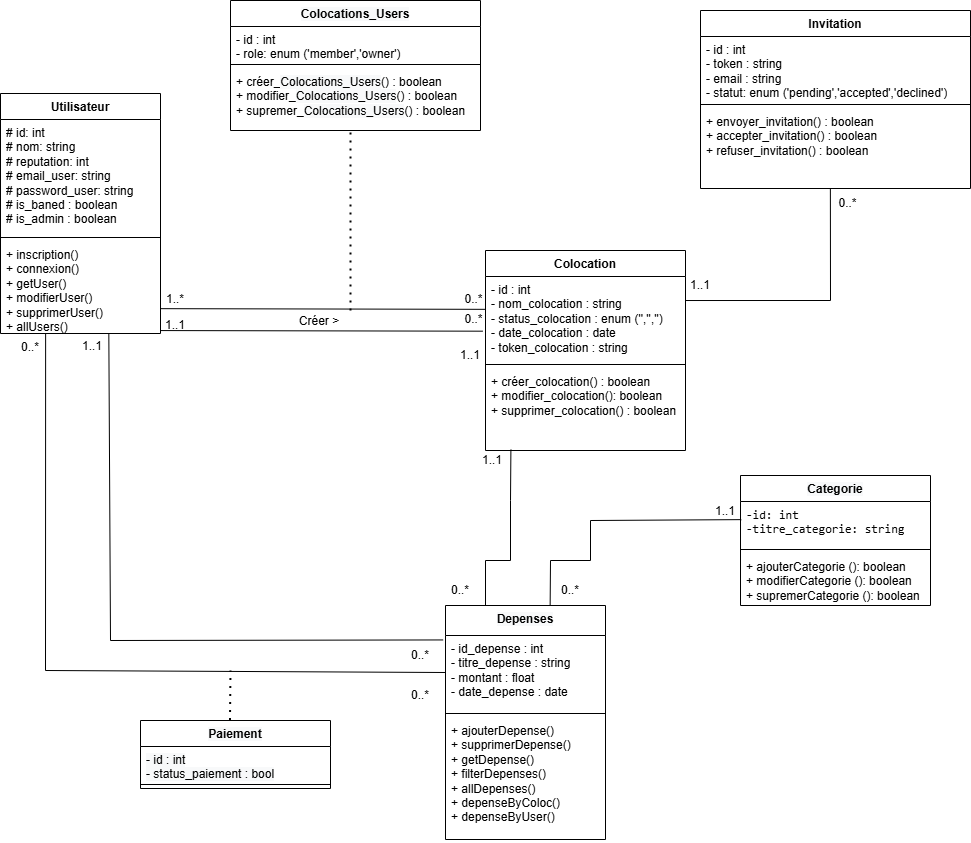
Above: Modelisation/Diagramme_de_classe.png in AZIZABADA10/EasyColoc (draw.io), before the change. Source tidied: cells renumbered, new cells last; positions are measured from the earlier drawing's top-left corner, leaving out a move shared by most shapes.
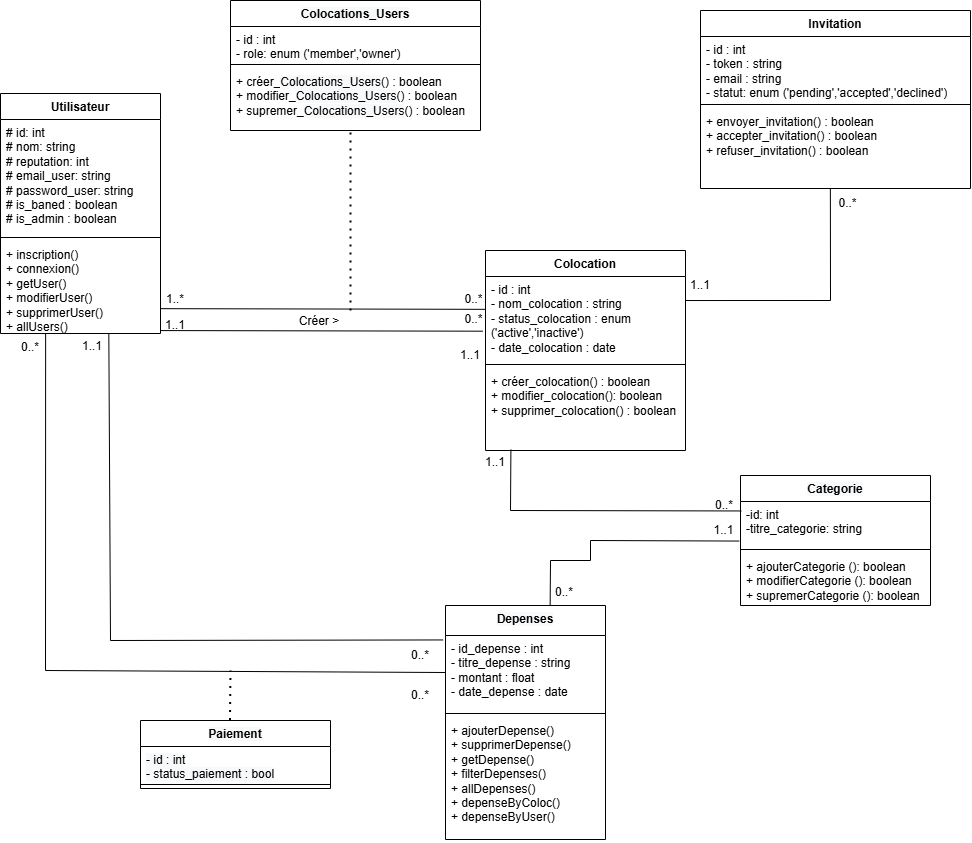
After the commit.

Commit message:
uml: modification sur le diagrame de classe

Change to the diagram source:
```diff
@@ -17,7 +17,7 @@
     <mxCell id="6" value="&lt;span style=&quot;font-family: Helvetica, &amp;quot;VP Default&amp;quot;; background-color: rgb(248, 249, 250);&quot;&gt;Categorie&lt;/span&gt;" style="swimlane;fontStyle=1;align=center;verticalAlign=top;horizontal=1;startSize=26;whiteSpace=wrap;html=1;" parent="1" vertex="1">
       <mxGeometry x="740" y="475" width="190" height="130" as="geometry" />
     </mxCell>
-    <mxCell id="7" value="&lt;font face=&quot;monospace&quot;&gt;-id: int&amp;nbsp;&lt;/font&gt;&lt;div&gt;&lt;font face=&quot;monospace&quot;&gt;-titre_categorie: string&lt;/font&gt;&lt;/div&gt;" style="text;strokeColor=none;fillColor=none;align=left;verticalAlign=top;spacingLeft=4;spacingRight=4;overflow=hidden;points=[[0,0.5],[1,0.5]];portConstraint=eastwest;whiteSpace=wrap;html=1;" parent="6" vertex="1">
+    <mxCell id="7" value="-id: int&amp;nbsp;&lt;div&gt;-titre_categorie: string&lt;/div&gt;" style="text;strokeColor=none;fillColor=none;align=left;verticalAlign=top;spacingLeft=4;spacingRight=4;overflow=hidden;points=[[0,0.5],[1,0.5]];portConstraint=eastwest;whiteSpace=wrap;html=1;" parent="6" vertex="1">
       <mxGeometry y="26" width="190" height="44" as="geometry" />
     </mxCell>
     <mxCell id="8" style="line;strokeWidth=1;fillColor=none;align=left;verticalAlign=middle;spacingTop=-1;spacingLeft=3;spacingRight=3;labelPosition=right;strokeColor=inherit;" parent="6" vertex="1">
@@ -29,9 +29,9 @@
     <mxCell id="10" value="Colocation" style="swimlane;fontStyle=1;align=center;verticalAlign=top;horizontal=1;startSize=26;whiteSpace=wrap;html=1;" parent="1" vertex="1">
       <mxGeometry x="485" y="250" width="200" height="200" as="geometry" />
     </mxCell>
-    <mxCell id="11" value="- id : int&amp;nbsp;&lt;div&gt;-&amp;nbsp;nom_colocation : string&lt;/div&gt;&lt;div&gt;-&amp;nbsp;status_colocation : enum ('','','')&lt;/div&gt;&lt;div&gt;-&amp;nbsp;date_colocation : date&lt;/div&gt;&lt;div&gt;-&amp;nbsp;token_colocation : string&lt;/div&gt;" style="text;strokeColor=none;fillColor=none;align=left;verticalAlign=top;spacingLeft=4;spacingRight=4;overflow=hidden;points=[[0,0.5],[1,0.5]];portConstraint=eastwest;whiteSpace=wrap;html=1;" parent="10" vertex="1">
-      <mxGeometry y="26" width="200" height="84" as="geometry" />
-    </mxCell>
+    <mxCell id="54" value="- id : int&amp;nbsp;&lt;div&gt;-&amp;nbsp;nom_colocation : string&lt;/div&gt;&lt;div&gt;-&amp;nbsp;status_colocation : enum ('active','inactive')&lt;/div&gt;&lt;div&gt;-&amp;nbsp;date_colocation : date&lt;/div&gt;&lt;div&gt;&lt;br&gt;&lt;/div&gt;" style="text;strokeColor=none;fillColor=none;align=left;verticalAlign=top;spacingLeft=4;spacingRight=4;overflow=hidden;points=[[0,0.5],[1,0.5]];portConstraint=eastwest;whiteSpace=wrap;html=1;" parent="10" vertex="1">
+      <mxGeometry y="26" width="200" height="84" as="geometry" />
+    </mxCell>
     <mxCell id="12" style="line;strokeWidth=1;fillColor=none;align=left;verticalAlign=middle;spacingTop=-1;spacingLeft=3;spacingRight=3;labelPosition=right;strokeColor=inherit;" parent="10" vertex="1">
       <mxGeometry y="110" width="200" height="8" as="geometry" />
     </mxCell>
@@ -50,9 +50,9 @@
     <mxCell id="17" value="+ envoyer_invitation() : boolean&lt;div&gt;+ accepter_invitation() : boolean&lt;/div&gt;&lt;div&gt;+ refuser_invitation() : boolean&lt;/div&gt;" style="text;strokeColor=none;fillColor=none;align=left;verticalAlign=top;spacingLeft=4;spacingRight=4;overflow=hidden;points=[[0,0.5],[1,0.5]];portConstraint=eastwest;whiteSpace=wrap;html=1;" parent="14" vertex="1">
       <mxGeometry y="98" width="270" height="80" as="geometry" />
     </mxCell>
-    <mxCell id="18" style="endArrow=none;html=1;rounded=0;exitX=1.002;exitY=0.968;exitDx=0;exitDy=0;exitPerimeter=0;entryX=-0.013;entryY=0.651;entryDx=0;entryDy=0;entryPerimeter=0;" parent="1" edge="1" source="29" target="11">
-      <mxGeometry relative="1" as="geometry" />
-    </mxCell>
+    <mxCell id="55" style="endArrow=none;html=1;rounded=0;exitX=1.002;exitY=0.968;exitDx=0;exitDy=0;exitPerimeter=0;entryX=-0.013;entryY=0.651;entryDx=0;entryDy=0;entryPerimeter=0;" parent="1" edge="1" source="29" target="54">
+      <mxGeometry relative="1" as="geometry" />
+    </mxCell>
     <mxCell id="19" value="&lt;span style=&quot;font-family: Helvetica, &amp;quot;VP Default&amp;quot;; background-color: rgb(248, 249, 250);&quot;&gt;Colocations_Users&lt;/span&gt;" style="swimlane;fontStyle=1;align=center;verticalAlign=top;horizontal=1;startSize=26;whiteSpace=wrap;html=1;" parent="1" vertex="1">
       <mxGeometry x="230" width="250" height="130" as="geometry" />
     </mxCell>
@@ -71,10 +71,10 @@
     <mxCell id="24" value="0..*" style="text;html=1;whiteSpace=wrap;strokeColor=none;fillColor=none;align=center;verticalAlign=middle;rounded=0;" parent="1" vertex="1">
       <mxGeometry x="462" y="304" width="23" height="30" as="geometry" />
     </mxCell>
-    <mxCell id="25" style="endArrow=none;html=1;rounded=0;entryX=0.654;entryY=0;entryDx=0;entryDy=0;exitX=0.004;exitY=0.412;exitDx=0;exitDy=0;entryPerimeter=0;exitPerimeter=0;" parent="1" edge="1" source="7" target="2">
+    <mxCell id="25" style="endArrow=none;html=1;rounded=0;entryX=0.654;entryY=0;entryDx=0;entryDy=0;exitX=-0.007;exitY=0.899;exitDx=0;exitDy=0;entryPerimeter=0;exitPerimeter=0;" parent="1" edge="1" source="7" target="2">
       <mxGeometry relative="1" as="geometry">
         <Array as="points">
-          <mxPoint x="590" y="520" />
+          <mxPoint x="590" y="540" />
           <mxPoint x="590" y="560" />
           <mxPoint x="550" y="560" />
         </Array>
@@ -101,47 +101,45 @@
     <mxCell id="32" style="line;strokeWidth=1;fillColor=none;align=left;verticalAlign=middle;spacingTop=-1;spacingLeft=3;spacingRight=3;labelPosition=right;strokeColor=inherit;" parent="30" vertex="1">
       <mxGeometry y="60" width="190" height="8" as="geometry" />
     </mxCell>
-    <mxCell id="33" style="endArrow=none;html=1;rounded=0;exitX=0.25;exitY=0;exitDx=0;exitDy=0;entryX=0.127;entryY=0.99;entryDx=0;entryDy=0;entryPerimeter=0;" parent="1" edge="1" source="2" target="13">
-      <mxGeometry relative="1" as="geometry">
-        <Array as="points">
-          <mxPoint x="485" y="560" />
-          <mxPoint x="510" y="560" />
-          <mxPoint x="510" y="500" />
-        </Array>
-      </mxGeometry>
-    </mxCell>
-    <mxCell id="34" style="endArrow=none;html=1;rounded=0;entryX=0.481;entryY=1.008;entryDx=0;entryDy=0;exitX=1.001;exitY=0.286;exitDx=0;exitDy=0;entryPerimeter=0;exitPerimeter=0;" parent="1" edge="1" source="11" target="17">
-      <mxGeometry relative="1" as="geometry">
-        <Array as="points">
-          <mxPoint x="830" y="300" />
-        </Array>
-      </mxGeometry>
-    </mxCell>
+    <mxCell id="56" style="endArrow=none;html=1;rounded=0;entryX=0.127;entryY=0.99;entryDx=0;entryDy=0;entryPerimeter=0;exitX=0.004;exitY=0.215;exitDx=0;exitDy=0;exitPerimeter=0;" parent="1" edge="1" source="7" target="13">
+      <mxGeometry relative="1" as="geometry">
+        <Array as="points">
+          <mxPoint x="510" y="510" />
+        </Array>
+      </mxGeometry>
+    </mxCell>
+    <mxCell id="57" style="endArrow=none;html=1;rounded=0;entryX=0.481;entryY=1.008;entryDx=0;entryDy=0;exitX=1.001;exitY=0.286;exitDx=0;exitDy=0;entryPerimeter=0;exitPerimeter=0;" parent="1" edge="1" source="54" target="17">
+      <mxGeometry relative="1" as="geometry">
+        <Array as="points">
+          <mxPoint x="830" y="300" />
+        </Array>
+      </mxGeometry>
+    </mxCell>
     <mxCell id="35" value="1..1" style="text;html=1;whiteSpace=wrap;strokeColor=none;fillColor=none;align=center;verticalAlign=middle;rounded=0;" parent="1" vertex="1">
       <mxGeometry x="670" y="270" width="60" height="30" as="geometry" />
     </mxCell>
     <mxCell id="36" value="0..*" style="text;html=1;whiteSpace=wrap;strokeColor=none;fillColor=none;align=center;verticalAlign=middle;rounded=0;" parent="1" vertex="1">
       <mxGeometry x="837" y="188" width="21" height="30" as="geometry" />
     </mxCell>
-    <mxCell id="37" value="1..1" style="text;html=1;whiteSpace=wrap;strokeColor=none;fillColor=none;align=center;verticalAlign=middle;rounded=0;" parent="1" vertex="1">
-      <mxGeometry x="695" y="496" width="60" height="30" as="geometry" />
-    </mxCell>
-    <mxCell id="38" value="0..*" style="text;html=1;whiteSpace=wrap;strokeColor=none;fillColor=none;align=center;verticalAlign=middle;rounded=0;" parent="1" vertex="1">
-      <mxGeometry x="540" y="575" width="60" height="30" as="geometry" />
-    </mxCell>
-    <mxCell id="39" value="0..*" style="text;html=1;whiteSpace=wrap;strokeColor=none;fillColor=none;align=center;verticalAlign=middle;rounded=0;" parent="1" vertex="1">
-      <mxGeometry x="430" y="575" width="60" height="30" as="geometry" />
-    </mxCell>
+    <mxCell id="58" value="1..1" style="text;html=1;whiteSpace=wrap;strokeColor=none;fillColor=none;align=center;verticalAlign=middle;rounded=0;" parent="1" vertex="1">
+      <mxGeometry x="717" y="520" width="13" height="19" as="geometry" />
+    </mxCell>
+    <mxCell id="59" value="0..*" style="text;html=1;whiteSpace=wrap;strokeColor=none;fillColor=none;align=center;verticalAlign=middle;rounded=0;" parent="1" vertex="1">
+      <mxGeometry x="554" y="580" width="20" height="25" as="geometry" />
+    </mxCell>
+    <mxCell id="60" value="0..*" style="text;html=1;whiteSpace=wrap;strokeColor=none;fillColor=none;align=center;verticalAlign=middle;rounded=0;" parent="1" vertex="1">
+      <mxGeometry x="693.5" y="490" width="60" height="30" as="geometry" />
+    </mxCell>
     <mxCell id="40" value="0..*" style="text;html=1;whiteSpace=wrap;strokeColor=none;fillColor=none;align=center;verticalAlign=middle;rounded=0;" parent="1" vertex="1">
       <mxGeometry x="390" y="640" width="60" height="30" as="geometry" />
     </mxCell>
-    <mxCell id="41" style="endArrow=none;html=1;rounded=0;exitX=0;exitY=0.5;exitDx=0;exitDy=0;entryX=0.282;entryY=0.996;entryDx=0;entryDy=0;entryPerimeter=0;" parent="1" edge="1" source="3" target="29">
-      <mxGeometry relative="1" as="geometry">
-        <Array as="points">
-          <mxPoint x="45" y="670" />
-        </Array>
-      </mxGeometry>
-    </mxCell>
+    <mxCell id="61" style="endArrow=none;html=1;rounded=0;exitX=0;exitY=0.5;exitDx=0;exitDy=0;entryX=0.282;entryY=0.996;entryDx=0;entryDy=0;entryPerimeter=0;" parent="1" edge="1" source="3" target="29">
+      <mxGeometry relative="1" as="geometry">
+        <Array as="points">
+          <mxPoint x="45" y="670" />
+        </Array>
+      </mxGeometry>
+    </mxCell>
     <mxCell id="42" value="1..1" style="text;html=1;whiteSpace=wrap;strokeColor=none;fillColor=none;align=center;verticalAlign=middle;rounded=0;" parent="1" vertex="1">
       <mxGeometry x="80" y="336" width="24" height="20" as="geometry" />
     </mxCell>
@@ -160,32 +158,32 @@
     <mxCell id="47" value="Créer &amp;gt;" style="text;html=1;whiteSpace=wrap;strokeColor=none;fillColor=none;align=center;verticalAlign=middle;rounded=0;" parent="1" vertex="1">
       <mxGeometry x="289" y="306" width="60" height="30" as="geometry" />
     </mxCell>
-    <mxCell id="48" style="endArrow=none;dashed=1;html=1;dashPattern=1 3;strokeWidth=2;rounded=0;" parent="1" edge="1">
-      <mxGeometry relative="1" as="geometry">
-        <mxPoint x="350" y="310" as="sourcePoint" />
-        <mxPoint x="350" y="130" as="targetPoint" />
-      </mxGeometry>
-    </mxCell>
-    <mxCell id="49" style="endArrow=none;dashed=1;html=1;dashPattern=1 3;strokeWidth=2;rounded=0;exitX=0.471;exitY=-0.006;exitDx=0;exitDy=0;exitPerimeter=0;" parent="1" edge="1" source="30">
-      <mxGeometry relative="1" as="geometry">
-        <mxPoint x="230" y="670" as="targetPoint" />
-      </mxGeometry>
-    </mxCell>
-    <mxCell id="50" style="endArrow=none;html=1;rounded=0;exitX=-0.015;exitY=0.06;exitDx=0;exitDy=0;entryX=0.677;entryY=0.997;entryDx=0;entryDy=0;entryPerimeter=0;exitPerimeter=0;" parent="1" edge="1" source="3" target="29">
-      <mxGeometry relative="1" as="geometry">
-        <Array as="points">
-          <mxPoint x="110" y="640" />
-        </Array>
-      </mxGeometry>
-    </mxCell>
+    <mxCell id="62" style="endArrow=none;dashed=1;html=1;dashPattern=1 3;strokeWidth=2;rounded=0;" parent="1" edge="1">
+      <mxGeometry relative="1" as="geometry">
+        <mxPoint x="350" y="310" as="sourcePoint" />
+        <mxPoint x="350" y="130" as="targetPoint" />
+      </mxGeometry>
+    </mxCell>
+    <mxCell id="63" style="endArrow=none;dashed=1;html=1;dashPattern=1 3;strokeWidth=2;rounded=0;exitX=0.471;exitY=-0.006;exitDx=0;exitDy=0;exitPerimeter=0;" parent="1" edge="1" source="30">
+      <mxGeometry relative="1" as="geometry">
+        <mxPoint x="230" y="670" as="targetPoint" />
+      </mxGeometry>
+    </mxCell>
+    <mxCell id="64" style="endArrow=none;html=1;rounded=0;exitX=-0.015;exitY=0.06;exitDx=0;exitDy=0;entryX=0.677;entryY=0.997;entryDx=0;entryDy=0;entryPerimeter=0;exitPerimeter=0;" parent="1" edge="1" source="3" target="29">
+      <mxGeometry relative="1" as="geometry">
+        <Array as="points">
+          <mxPoint x="110" y="640" />
+        </Array>
+      </mxGeometry>
+    </mxCell>
     <mxCell id="51" value="0..*" style="text;html=1;whiteSpace=wrap;strokeColor=none;fillColor=none;align=center;verticalAlign=middle;rounded=0;" parent="1" vertex="1">
       <mxGeometry x="390" y="680" width="60" height="30" as="geometry" />
     </mxCell>
     <mxCell id="52" value="0..*" style="text;html=1;whiteSpace=wrap;strokeColor=none;fillColor=none;align=center;verticalAlign=middle;rounded=0;" parent="1" vertex="1">
       <mxGeometry y="332" width="60" height="30" as="geometry" />
     </mxCell>
-    <mxCell id="53" value="1..1" style="text;html=1;whiteSpace=wrap;strokeColor=none;fillColor=none;align=center;verticalAlign=middle;rounded=0;" parent="1" vertex="1">
-      <mxGeometry x="462" y="445" width="60" height="30" as="geometry" />
-    </mxCell>
+    <mxCell id="65" value="1..1" style="text;html=1;whiteSpace=wrap;strokeColor=none;fillColor=none;align=center;verticalAlign=middle;rounded=0;" parent="1" vertex="1">
+      <mxGeometry x="465" y="447" width="60" height="30" as="geometry" />
+    </mxCell>
   </root>
 </mxGraphModel>
```
